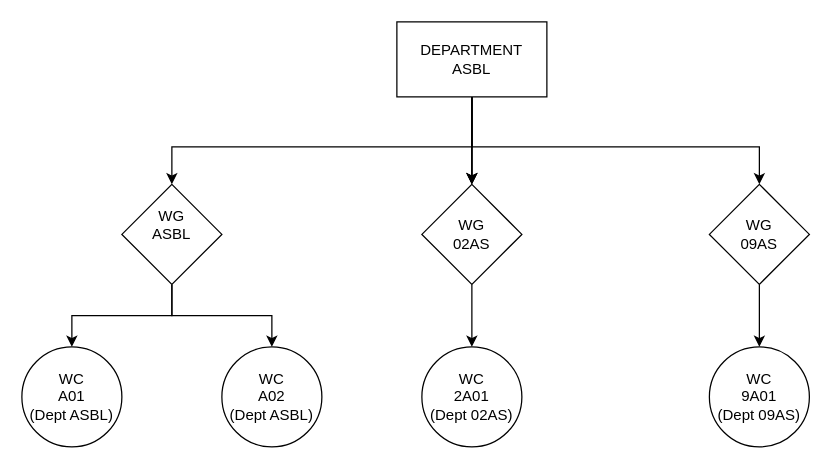
Above: md/Department_Shift_Group.drawio in dclose84/Training (draw.io), before the change. Source tidied: cells renumbered, new cells numbered last; positions are measured from the earlier drawing's top-left corner, leaving out a move shared by most shapes. Both pictures are drawn from the tidied source at 125%, with x=0, y=0 at pixel (21, 21).
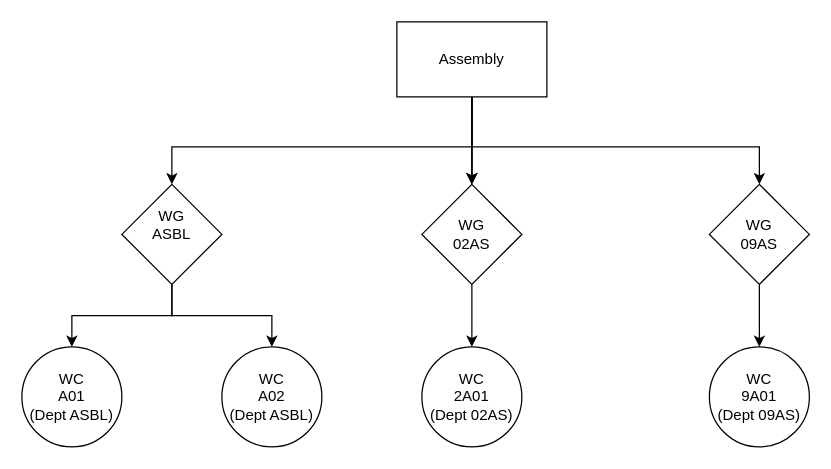
After the change.

The edit, as a diff of the source:
```diff
@@
-    <mxCell id="7" value="DEPARTMENT&lt;div&gt;ASBL&lt;/div&gt;" style="rounded=0;whiteSpace=wrap;html=1;" parent="1" vertex="1">
+    <mxCell id="7" value="Assembly" style="rounded=0;whiteSpace=wrap;html=1;" parent="1" vertex="1">
       <mxGeometry x="300" width="120" height="60" as="geometry" />
     </mxCell>
```
